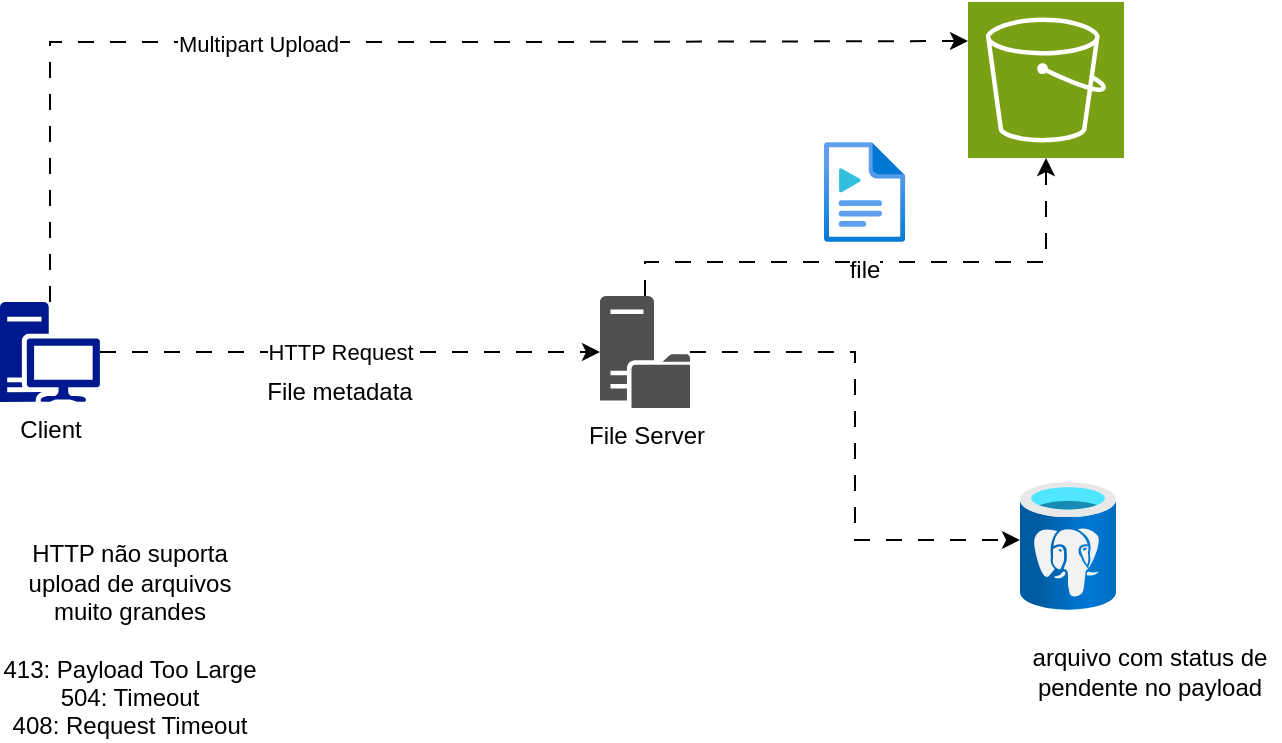
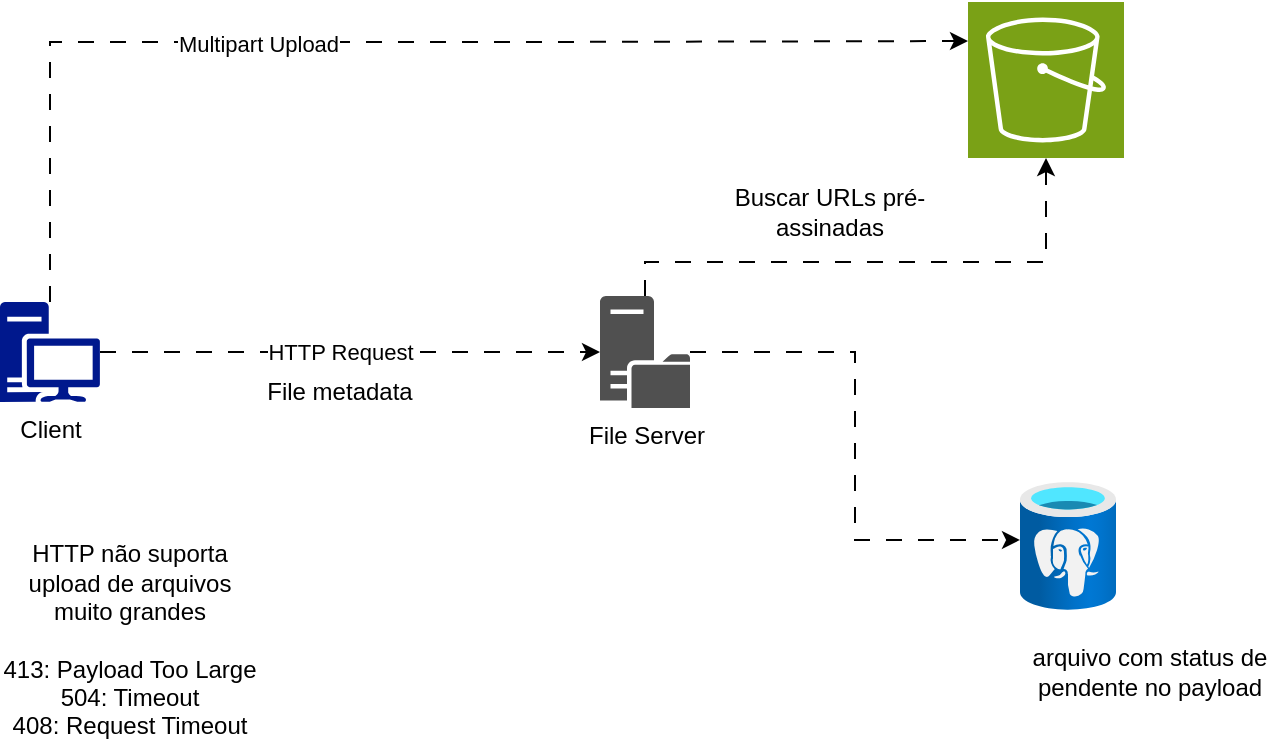
<mxfile host="app.diagrams.net">
  <diagram name="Página-1" id="4D3M8B96T3K3ZtQU1b3x">
    <mxGraphModel dx="1601" dy="1679" grid="1" gridSize="10" guides="1" tooltips="1" connect="1" arrows="1" fold="1" page="1" pageScale="1" pageWidth="827" pageHeight="1169" math="0" shadow="0">
      <root>
        <mxCell id="0" />
        <mxCell id="1" parent="0" />
        <mxCell id="fk9SJw6ftsK7bPstpn4Y-3" edge="1" parent="1" source="fk9SJw6ftsK7bPstpn4Y-1" style="edgeStyle=orthogonalEdgeStyle;rounded=0;orthogonalLoop=1;jettySize=auto;html=1;dashed=1;dashPattern=8 8;" target="fk9SJw6ftsK7bPstpn4Y-2">
          <mxGeometry relative="1" as="geometry" />
        </mxCell>
        <mxCell id="fk9SJw6ftsK7bPstpn4Y-6" connectable="0" parent="fk9SJw6ftsK7bPstpn4Y-3" style="edgeLabel;html=1;align=center;verticalAlign=middle;resizable=0;points=[];" value="HTTP Request" vertex="1">
          <mxGeometry relative="1" x="-0.288" as="geometry">
            <mxPoint x="31" as="offset" />
          </mxGeometry>
        </mxCell>
        <mxCell id="fk9SJw6ftsK7bPstpn4Y-1" parent="1" style="sketch=0;aspect=fixed;pointerEvents=1;shadow=0;dashed=0;html=1;strokeColor=none;labelPosition=center;verticalLabelPosition=bottom;verticalAlign=top;align=center;fillColor=#00188D;shape=mxgraph.mscae.enterprise.workstation_client" value="Client" vertex="1">
          <mxGeometry height="50" width="50" x="-70" y="90" as="geometry" />
        </mxCell>
        <mxCell id="fk9SJw6ftsK7bPstpn4Y-5" edge="1" parent="1" source="fk9SJw6ftsK7bPstpn4Y-2" style="edgeStyle=orthogonalEdgeStyle;rounded=0;orthogonalLoop=1;jettySize=auto;html=1;dashed=1;dashPattern=8 8;" target="fk9SJw6ftsK7bPstpn4Y-4">
          <mxGeometry relative="1" as="geometry">
            <Array as="points">
              <mxPoint x="253" y="70" />
              <mxPoint x="453" y="70" />
            </Array>
          </mxGeometry>
        </mxCell>
        <mxCell id="fk9SJw6ftsK7bPstpn4Y-2" parent="1" style="sketch=0;pointerEvents=1;shadow=0;dashed=0;html=1;strokeColor=none;fillColor=#505050;labelPosition=center;verticalLabelPosition=bottom;verticalAlign=top;outlineConnect=0;align=center;shape=mxgraph.office.servers.file_server;" value="File Server" vertex="1">
          <mxGeometry height="56" width="45" x="230" y="87" as="geometry" />
        </mxCell>
        <mxCell id="fk9SJw6ftsK7bPstpn4Y-4" parent="1" style="sketch=0;points=[[0,0,0],[0.25,0,0],[0.5,0,0],[0.75,0,0],[1,0,0],[0,1,0],[0.25,1,0],[0.5,1,0],[0.75,1,0],[1,1,0],[0,0.25,0],[0,0.5,0],[0,0.75,0],[1,0.25,0],[1,0.5,0],[1,0.75,0]];outlineConnect=0;fontColor=#232F3E;fillColor=#7AA116;strokeColor=#ffffff;dashed=0;verticalLabelPosition=bottom;verticalAlign=top;align=center;html=1;fontSize=12;fontStyle=0;aspect=fixed;shape=mxgraph.aws4.resourceIcon;resIcon=mxgraph.aws4.s3;" value="" vertex="1">
          <mxGeometry height="78" width="78" x="414" y="-60" as="geometry" />
        </mxCell>
        <mxCell id="fk9SJw6ftsK7bPstpn4Y-7" parent="1" style="image;aspect=fixed;html=1;points=[];align=center;fontSize=12;image=img/lib/azure2/databases/Azure_Database_PostgreSQL_Server.svg;" value="" vertex="1">
          <mxGeometry height="64" width="48" x="440" y="180" as="geometry" />
        </mxCell>
        <mxCell id="fk9SJw6ftsK7bPstpn4Y-8" edge="1" parent="1" source="fk9SJw6ftsK7bPstpn4Y-2" style="edgeStyle=orthogonalEdgeStyle;rounded=0;orthogonalLoop=1;jettySize=auto;html=1;entryX=0;entryY=0.453;entryDx=0;entryDy=0;entryPerimeter=0;dashed=1;dashPattern=8 8;" target="fk9SJw6ftsK7bPstpn4Y-7">
          <mxGeometry relative="1" as="geometry" />
        </mxCell>
-         <mxCell id="fk9SJw6ftsK7bPstpn4Y-12" parent="1" style="image;aspect=fixed;html=1;points=[];align=center;fontSize=12;image=img/lib/azure2/general/Media_File.svg;" value="file" vertex="1">
-           <mxGeometry height="50" width="40.63" x="342" y="10" as="geometry" />
-         </mxCell>
        <mxCell id="fk9SJw6ftsK7bPstpn4Y-13" parent="1" style="text;html=1;whiteSpace=wrap;strokeColor=none;fillColor=none;align=center;verticalAlign=middle;rounded=0;" value="HTTP não suporta upload de arquivos muito grandes&lt;div&gt;&lt;br&gt;&lt;/div&gt;&lt;div&gt;413: Payload Too Large&lt;div&gt;504: Timeout&lt;/div&gt;&lt;div&gt;408: Request Timeout&lt;/div&gt;&lt;/div&gt;" vertex="1">
          <mxGeometry height="30" width="130" x="-70" y="244" as="geometry" />
        </mxCell>
        <mxCell id="h8KboTeERqfswfNuPOU6-1" edge="1" parent="1" source="fk9SJw6ftsK7bPstpn4Y-1" style="edgeStyle=orthogonalEdgeStyle;rounded=0;orthogonalLoop=1;jettySize=auto;html=1;entryX=0;entryY=0.25;entryDx=0;entryDy=0;entryPerimeter=0;dashed=1;dashPattern=8 8;" target="fk9SJw6ftsK7bPstpn4Y-4">
          <mxGeometry relative="1" as="geometry">
            <Array as="points">
              <mxPoint x="-45" y="-40" />
              <mxPoint x="197" y="-40" />
            </Array>
          </mxGeometry>
        </mxCell>
        <mxCell id="h8KboTeERqfswfNuPOU6-2" connectable="0" parent="h8KboTeERqfswfNuPOU6-1" style="edgeLabel;html=1;align=center;verticalAlign=middle;resizable=0;points=[];" value="Multipart Upload" vertex="1">
          <mxGeometry relative="1" x="-0.2054" y="-1" as="geometry">
            <mxPoint as="offset" />
          </mxGeometry>
        </mxCell>
        <mxCell id="h8KboTeERqfswfNuPOU6-3" parent="1" style="text;html=1;whiteSpace=wrap;strokeColor=none;fillColor=none;align=center;verticalAlign=middle;rounded=0;" value="File metadata" vertex="1">
          <mxGeometry height="30" width="80" x="60" y="120" as="geometry" />
        </mxCell>
        <mxCell id="h8KboTeERqfswfNuPOU6-4" parent="1" style="text;html=1;whiteSpace=wrap;strokeColor=none;fillColor=none;align=center;verticalAlign=middle;rounded=0;" value="arquivo com status de pendente no payload" vertex="1">
          <mxGeometry height="30" width="130" x="440" y="260" as="geometry" />
        </mxCell>
+         <mxCell id="h8KboTeERqfswfNuPOU6-5" parent="1" style="text;html=1;whiteSpace=wrap;strokeColor=none;fillColor=none;align=center;verticalAlign=middle;rounded=0;" value="Buscar URLs pré-assinadas" vertex="1">
+           <mxGeometry height="30" width="110" x="290" y="30" as="geometry" />
+         </mxCell>
      </root>
    </mxGraphModel>
  </diagram>
</mxfile>
